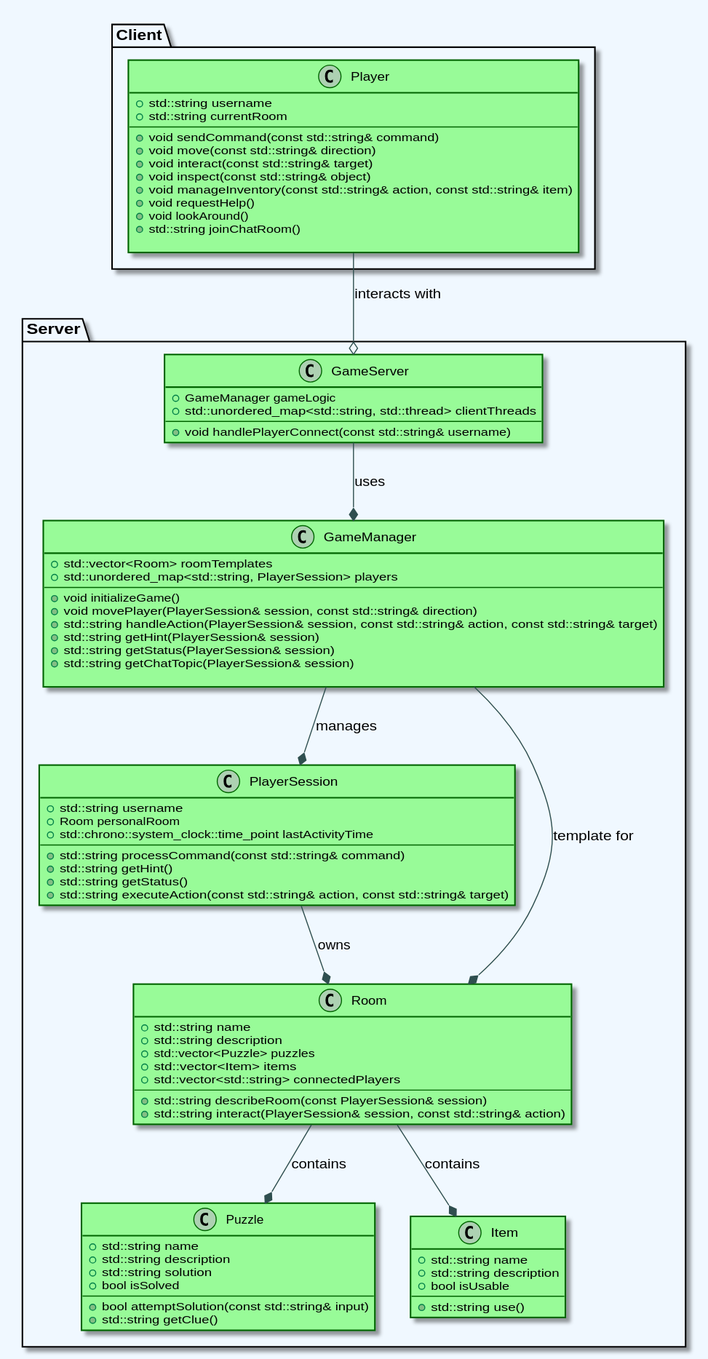
Above: docs/CppClassDiagram.svg in Jvandijk335/CLI_ESCAPE_ROOM (PlantUML), before the change.
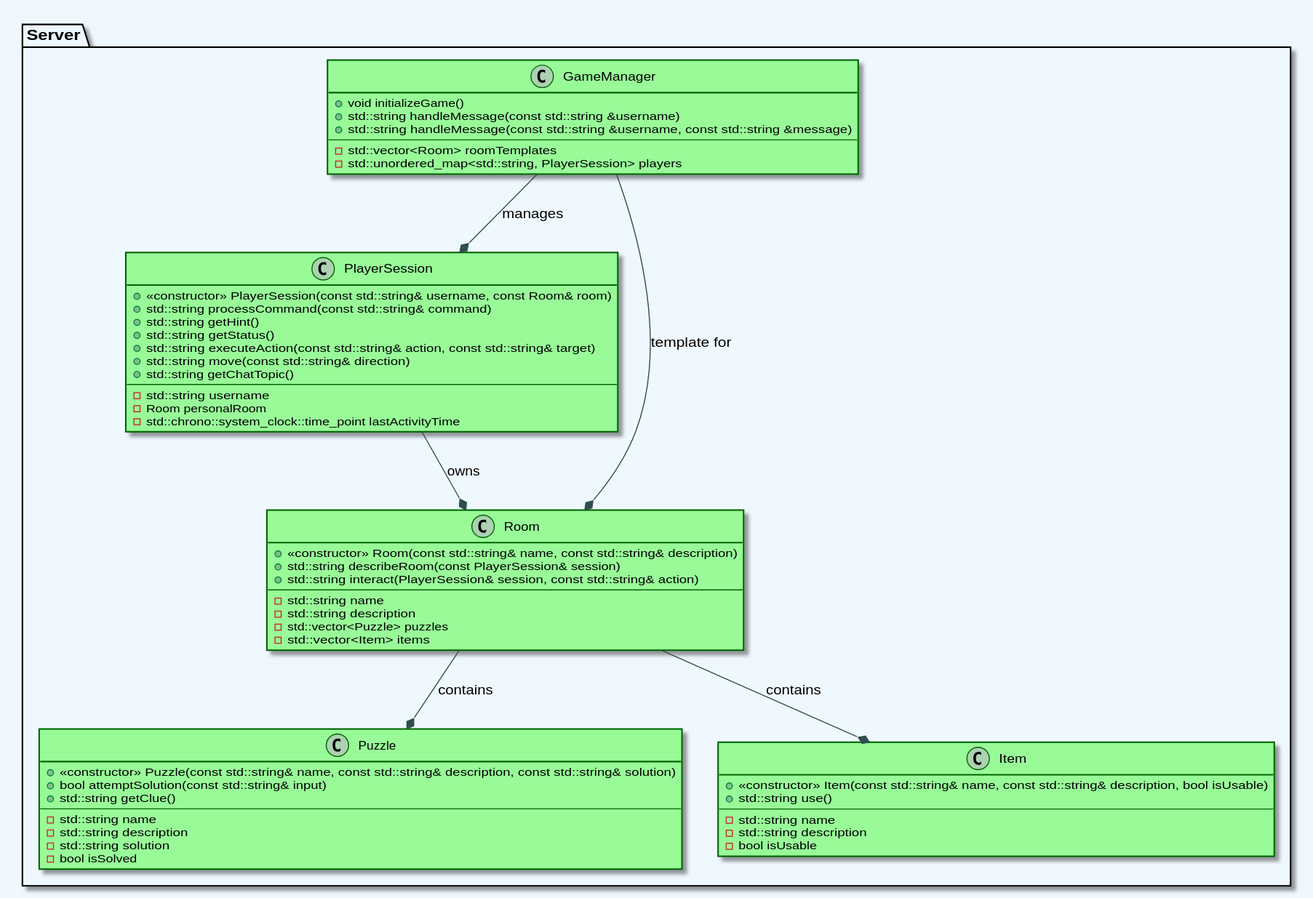
The same file after the commit.

The edit, as a diff of the source:
```diff
@@ -7,91 +7,65 @@
   ArrowColor DarkSlateGray
 }
 
-package "Client" {
-  class Player {
-    + std::string username
-    + std::string currentRoom
+package "Server" {
+  class GameManager {
+    + void initializeGame()
+    + std::string handleMessage(const std::string &username)
+    + std::string handleMessage(const std::string &username, const std::string &message)
     --
-    + void sendCommand(const std::string& command)
-    + void move(const std::string& direction)
-    + void interact(const std::string& target)
-    + void inspect(const std::string& object)
-    + void manageInventory(const std::string& action, const std::string& item)
-    + void requestHelp()
-    + void lookAround()
-    + std::string joinChatRoom()
-
-  }
-}
-
-package "Server" {
-  class GameServer {
-    + GameManager gameLogic
-    + std::unordered_map<std::string, std::thread> clientThreads
-    --
-    + void handlePlayerConnect(const std::string& username)
-  }
-
-  class GameManager {
-    + std::vector<Room> roomTemplates
-    + std::unordered_map<std::string, PlayerSession> players
-    --
-    + void initializeGame()
-    + void movePlayer(PlayerSession& session, const std::string& direction)
-    + std::string handleAction(PlayerSession& session, const std::string& action, const std::string& target)
-    + std::string getHint(PlayerSession& session)
-    + std::string getStatus(PlayerSession& session)
-    + std::string getChatTopic(PlayerSession& session)
-
+    - std::vector<Room> roomTemplates
+    - std::unordered_map<std::string, PlayerSession> players
   }
 
   class PlayerSession {
-    + std::string username
-    + Room personalRoom
-    + std::chrono::system_clock::time_point lastActivityTime
-    --
+    + <<constructor>> PlayerSession(const std::string& username, const Room& room)
     + std::string processCommand(const std::string& command)
     + std::string getHint()
     + std::string getStatus()
     + std::string executeAction(const std::string& action, const std::string& target)
+    + std::string move(const std::string& direction)
+    + std::string getChatTopic()
+    --
+    - std::string username
+    - Room personalRoom
+    - std::chrono::system_clock::time_point lastActivityTime
   }
 
   class Room {
-    + std::string name
-    + std::string description
-    + std::vector<Puzzle> puzzles
-    + std::vector<Item> items
-    + std::vector<std::string> connectedPlayers
-    --
+    + <<constructor>> Room(const std::string& name, const std::string& description)
     + std::string describeRoom(const PlayerSession& session)
     + std::string interact(PlayerSession& session, const std::string& action)
+    --
+    - std::string name
+    - std::string description
+    - std::vector<Puzzle> puzzles
+    - std::vector<Item> items
   }
 
   class Puzzle {
-    + std::string name
-    + std::string description
-    + std::string solution
-    + bool isSolved
-    --
+    + <<constructor>> Puzzle(const std::string& name, const std::string& description, const std::string& solution)
     + bool attemptSolution(const std::string& input)
     + std::string getClue()
+    --
+    - std::string name
+    - std::string description
+    - std::string solution
+    - bool isSolved
   }
 
   class Item {
-    + std::string name
-    + std::string description
-    + bool isUsable
+    + <<constructor>> Item(const std::string& name, const std::string& description, bool isUsable)
+    + std::string use()
     --
-    + std::string use()
+    - std::string name
+    - std::string description
+    - bool isUsable
   }
 }
 
-Player --o GameServer : interacts with
-GameServer --* GameManager : uses
 GameManager --* Room : template for
 GameManager --* PlayerSession : manages
 PlayerSession --* Room : owns
 Room --* Puzzle : contains
 Room --* Item : contains
-
 @enduml
```
